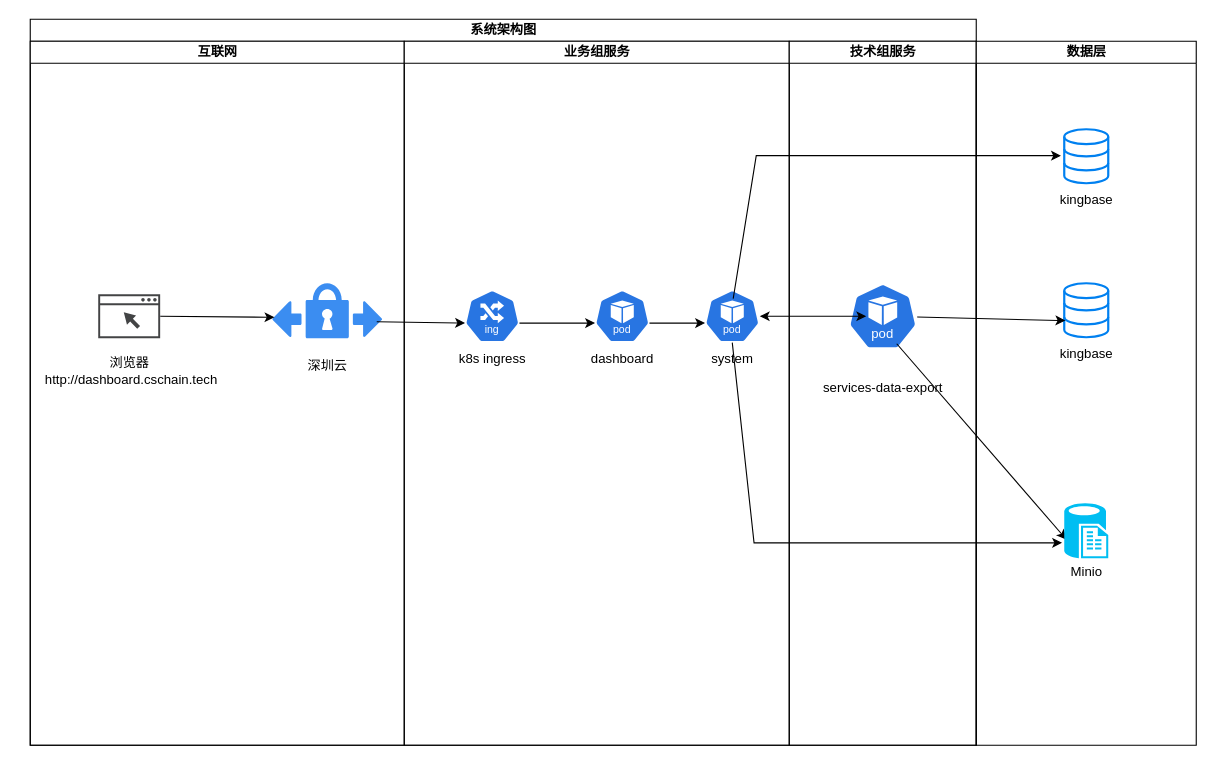
The draw.io diagram 监管服务.drawio in b897846872/blogbackui, before the edit. Source tidied: cells renumbered, new cells numbered last; positions are measured from the earlier drawing's top-left corner, leaving out a move shared by most shapes. Both pictures are drawn from the tidied source at 110%, with x=0, y=0 at pixel (30, 19).
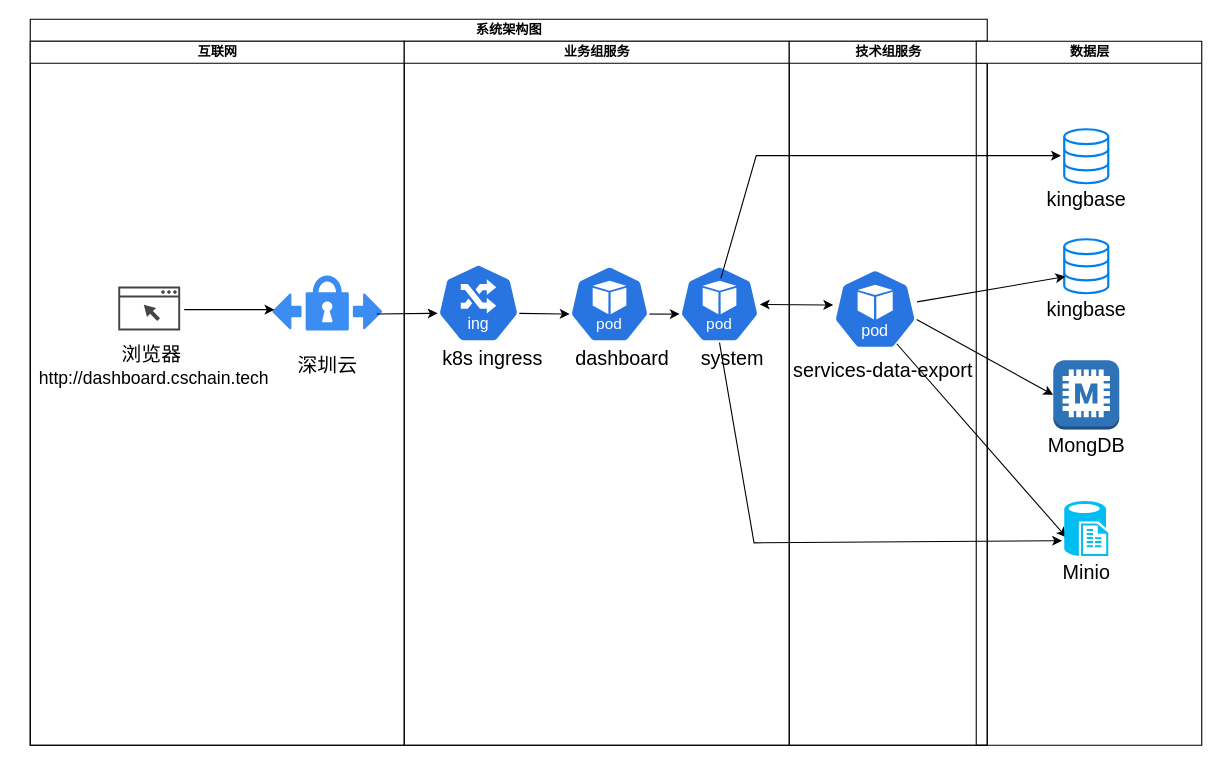
The same diagram, later.

Commit message:
更新监管服务.drawio

The change refers to these unchanged cells:
```xml
<mxCell id="3" value="互联网" style="swimlane;startSize=20;html=1;" parent="2" vertex="1">
  <mxGeometry y="20" width="340" height="640" as="geometry" />
</mxCell>
<mxCell id="9" value="业务组服务" style="swimlane;startSize=20;html=1;" parent="2" vertex="1">
  <mxGeometry x="340" y="20" width="350" height="640" as="geometry" />
</mxCell>
```

Diff of the diagram source:
```diff
@@
     <mxCell id="2" value="系统架构图" style="swimlane;startSize=20;html=1;" parent="1" vertex="1">
-      <mxGeometry width="860" height="660" as="geometry" />
+      <mxGeometry width="870" height="660" as="geometry" />
     </mxCell>
@@
     <mxCell id="4" style="sketch=0;shadow=0;dashed=0;html=1;strokeColor=none;fillColor=#434445;labelPosition=center;verticalLabelPosition=bottom;verticalAlign=top;align=center;shape=mxgraph.vvd.web_browser;" parent="3" vertex="1">
-      <mxGeometry x="61.8" y="230" width="56.3" height="40" as="geometry" />
+      <mxGeometry x="80" y="223" width="56.3" height="40" as="geometry" />
     </mxCell>
-    <mxCell id="5" value="浏览器&lt;div&gt;&amp;nbsp;http://dashboard.cschain.tech&lt;/div&gt;" style="text;html=1;align=center;verticalAlign=middle;strokeColor=none;fillColor=none;" parent="3" vertex="1">
-      <mxGeometry y="280" width="180" height="40" as="geometry" />
+    <mxCell id="5" value="&lt;font style=&quot;font-size: 18px;&quot;&gt;浏览器&lt;/font&gt;&lt;div&gt;&lt;font size=&quot;3&quot;&gt;&amp;nbsp;http://dashboard.cschain.tech&lt;/font&gt;&lt;/div&gt;" style="text;html=1;align=center;verticalAlign=middle;strokeColor=none;fillColor=none;" parent="3" vertex="1">
+      <mxGeometry x="-10" y="270" width="240" height="50" as="geometry" />
     </mxCell>
     <mxCell id="6" style="sketch=0;html=1;strokeColor=none;shadow=0;fillColor=#3B8DF1;verticalAlign=top;labelPosition=center;verticalLabelPosition=bottom;shape=mxgraph.gcp2.vpn;" parent="3" vertex="1">
-      <mxGeometry x="220" y="220" width="100" height="50" as="geometry" />
+      <mxGeometry x="220" y="213" width="100" height="50" as="geometry" />
     </mxCell>
-    <mxCell id="7" value="深圳云" style="text;html=1;align=center;verticalAlign=middle;strokeColor=none;fillColor=none;" parent="3" vertex="1">
-      <mxGeometry x="240" y="280" width="60" height="30" as="geometry" />
+    <mxCell id="7" value="&lt;font style=&quot;font-size: 18px;&quot;&gt;深圳云&lt;/font&gt;" style="text;html=1;align=center;verticalAlign=middle;strokeColor=none;fillColor=none;" parent="3" vertex="1">
+      <mxGeometry x="230" y="275" width="80" height="40" as="geometry" />
     </mxCell>
     <mxCell id="8" style="endArrow=classic;html=1;rounded=0;entryX=0.02;entryY=0.62;entryDx=0;entryDy=0;entryPerimeter=0;" parent="3" edge="1" target="6">
       <mxGeometry relative="1" as="geometry">
-        <mxPoint x="118.2" y="250" as="sourcePoint" />
+        <mxPoint x="140" y="244" as="sourcePoint" />
       </mxGeometry>
     </mxCell>
@@
     <mxCell id="10" style="sketch=0;html=1;dashed=0;whitespace=wrap;verticalLabelPosition=bottom;verticalAlign=top;fillColor=#2875E2;strokeColor=#ffffff;points=[[0.005,0.63,0],[0.1,0.2,0],[0.9,0.2,0],[0.5,0,0],[0.995,0.63,0],[0.72,0.99,0],[0.5,1,0],[0.28,0.99,0]];shape=mxgraph.kubernetes.icon2;kubernetesLabel=1;prIcon=ing;" parent="9" vertex="1">
-      <mxGeometry x="55" y="226" width="50" height="48" as="geometry" />
+      <mxGeometry x="30" y="202" width="75" height="72" as="geometry" />
     </mxCell>
-    <mxCell id="11" value="k8s ingress" style="text;html=1;align=center;verticalAlign=middle;strokeColor=none;fillColor=none;" parent="9" vertex="1">
-      <mxGeometry x="40" y="274" width="80" height="30" as="geometry" />
+    <mxCell id="11" value="&lt;font style=&quot;font-size: 18px;&quot;&gt;k8s ingress&lt;/font&gt;" style="text;html=1;align=center;verticalAlign=middle;strokeColor=none;fillColor=none;" parent="9" vertex="1">
+      <mxGeometry x="25" y="269" width="110" height="40" as="geometry" />
     </mxCell>
-    <mxCell id="12" value="dashboard" style="text;html=1;align=center;verticalAlign=middle;strokeColor=none;fillColor=none;" parent="9" vertex="1">
-      <mxGeometry x="158.2" y="274" width="80" height="30" as="geometry" />
+    <mxCell id="12" value="&lt;font style=&quot;font-size: 18px;&quot;&gt;dashboard&lt;/font&gt;" style="text;html=1;align=center;verticalAlign=middle;strokeColor=none;fillColor=none;" parent="9" vertex="1">
+      <mxGeometry x="143.2" y="269" width="110" height="40" as="geometry" />
     </mxCell>
     <mxCell id="13" style="sketch=0;html=1;dashed=0;whitespace=wrap;verticalLabelPosition=bottom;verticalAlign=top;fillColor=#2875E2;strokeColor=#ffffff;points=[[0.005,0.63,0],[0.1,0.2,0],[0.9,0.2,0],[0.5,0,0],[0.995,0.63,0],[0.72,0.99,0],[0.5,1,0],[0.28,0.99,0]];shape=mxgraph.kubernetes.icon2;kubernetesLabel=1;prIcon=pod;" parent="9" vertex="1">
-      <mxGeometry x="173.2" y="226" width="50" height="48" as="geometry" />
+      <mxGeometry x="150" y="203.8" width="73.2" height="70.2" as="geometry" />
     </mxCell>
     <mxCell id="14" style="sketch=0;html=1;dashed=0;whitespace=wrap;verticalLabelPosition=bottom;verticalAlign=top;fillColor=#2875E2;strokeColor=#ffffff;points=[[0.005,0.63,0],[0.1,0.2,0],[0.9,0.2,0],[0.5,0,0],[0.995,0.63,0],[0.72,0.99,0],[0.5,1,0],[0.28,0.99,0]];shape=mxgraph.kubernetes.icon2;kubernetesLabel=1;prIcon=pod;" parent="9" vertex="1">
-      <mxGeometry x="273.2" y="226" width="50" height="48" as="geometry" />
+      <mxGeometry x="250" y="203.8" width="73.2" height="70.2" as="geometry" />
     </mxCell>
-    <mxCell id="15" value="system" style="text;html=1;align=center;verticalAlign=middle;strokeColor=none;fillColor=none;" parent="9" vertex="1">
-      <mxGeometry x="268.2" y="274" width="60" height="30" as="geometry" />
+    <mxCell id="15" value="&lt;font style=&quot;font-size: 18px;&quot;&gt;system&lt;/font&gt;" style="text;html=1;align=center;verticalAlign=middle;strokeColor=none;fillColor=none;" parent="9" vertex="1">
+      <mxGeometry x="258.2" y="269" width="80" height="40" as="geometry" />
     </mxCell>
@@
     <mxCell id="18" value="技术组服务" style="swimlane;startSize=20;html=1;" parent="2" vertex="1">
-      <mxGeometry x="690" y="20" width="170" height="640" as="geometry" />
+      <mxGeometry x="690" y="20" width="180" height="640" as="geometry" />
     </mxCell>
     <mxCell id="19" style="sketch=0;html=1;dashed=0;whitespace=wrap;verticalLabelPosition=bottom;verticalAlign=top;fillColor=#2875E2;strokeColor=#ffffff;points=[[0.005,0.63,0],[0.1,0.2,0],[0.9,0.2,0],[0.5,0,0],[0.995,0.63,0],[0.72,0.99,0],[0.5,1,0],[0.28,0.99,0]];shape=mxgraph.kubernetes.icon2;kubernetesLabel=1;prIcon=pod;" parent="18" vertex="1">
-      <mxGeometry x="53.8" y="220" width="62.5" height="60" as="geometry" />
+      <mxGeometry x="40" y="206.8" width="76.2" height="73.2" as="geometry" />
     </mxCell>
-    <mxCell id="20" value="&lt;div style=&quot;text-align: start;&quot;&gt;&lt;span style=&quot;background-color: transparent; color: light-dark(rgb(0, 0, 0), rgb(255, 255, 255));&quot;&gt;services-data-export&lt;/span&gt;&lt;/div&gt;" style="text;html=1;align=center;verticalAlign=middle;strokeColor=none;fillColor=none;" parent="18" vertex="1">
-      <mxGeometry x="20" y="300" width="130" height="30" as="geometry" />
+    <mxCell id="20" value="&lt;div style=&quot;text-align: start;&quot;&gt;&lt;span style=&quot;background-color: transparent; color: light-dark(rgb(0, 0, 0), rgb(255, 255, 255));&quot;&gt;&lt;font style=&quot;font-size: 18px;&quot;&gt;services-data-export&lt;/font&gt;&lt;/span&gt;&lt;/div&gt;" style="text;html=1;align=center;verticalAlign=middle;strokeColor=none;fillColor=none;" parent="18" vertex="1">
+      <mxGeometry x="-10" y="280" width="190" height="40" as="geometry" />
     </mxCell>
@@
-    <mxCell id="23" style="endArrow=classic;startArrow=classic;html=1;rounded=0;" parent="2" edge="1" source="14">
-      <mxGeometry relative="1" as="geometry">
-        <mxPoint x="760" y="270" as="targetPoint" />
-      </mxGeometry>
+    <mxCell id="23" style="endArrow=classic;startArrow=classic;html=1;rounded=0;entryX=0;entryY=0.451;entryDx=0;entryDy=0;entryPerimeter=0;" parent="2" edge="1" source="14" target="19">
+      <mxGeometry relative="1" as="geometry" />
     </mxCell>
     <mxCell id="24" value="数据层" style="swimlane;startSize=20;html=1;" parent="1" vertex="1">
-      <mxGeometry x="860" y="20" width="200" height="640" as="geometry" />
+      <mxGeometry x="860" y="20" width="205" height="640" as="geometry" />
     </mxCell>
     <mxCell id="25" style="html=1;verticalLabelPosition=bottom;align=center;labelBackgroundColor=#ffffff;verticalAlign=top;strokeWidth=2;strokeColor=#0080F0;shadow=0;dashed=0;shape=mxgraph.ios7.icons.data;" parent="24" vertex="1">
-      <mxGeometry x="80" y="220" width="40" height="49.1" as="geometry" />
+      <mxGeometry x="80" y="180" width="40" height="49.1" as="geometry" />
     </mxCell>
-    <mxCell id="26" value="kingbase" style="text;html=1;align=center;verticalAlign=middle;strokeColor=none;fillColor=none;" parent="24" vertex="1">
-      <mxGeometry x="65" y="269.1" width="70" height="30" as="geometry" />
+    <mxCell id="26" value="&lt;font style=&quot;font-size: 18px;&quot;&gt;kingbase&lt;/font&gt;" style="text;html=1;align=center;verticalAlign=middle;strokeColor=none;fillColor=none;" parent="24" vertex="1">
+      <mxGeometry x="50" y="224.1" width="100" height="40" as="geometry" />
     </mxCell>
     <mxCell id="27" style="verticalLabelPosition=bottom;html=1;verticalAlign=top;align=center;strokeColor=none;fillColor=#00BEF2;shape=mxgraph.azure.sql_reporting;" parent="24" vertex="1">
-      <mxGeometry x="80" y="420" width="40" height="50" as="geometry" />
+      <mxGeometry x="80" y="418" width="40" height="50" as="geometry" />
     </mxCell>
-    <mxCell id="28" value="Minio" style="text;html=1;align=center;verticalAlign=middle;strokeColor=none;fillColor=none;" parent="24" vertex="1">
-      <mxGeometry x="75" y="468" width="50" height="30" as="geometry" />
+    <mxCell id="28" value="&lt;font style=&quot;font-size: 18px;&quot;&gt;Minio&lt;/font&gt;" style="text;html=1;align=center;verticalAlign=middle;strokeColor=none;fillColor=none;" parent="24" vertex="1">
+      <mxGeometry x="65" y="463" width="70" height="40" as="geometry" />
     </mxCell>
@@
-    <mxCell id="30" value="kingbase" style="text;html=1;align=center;verticalAlign=middle;strokeColor=none;fillColor=none;" parent="24" vertex="1">
-      <mxGeometry x="65" y="129.1" width="70" height="30" as="geometry" />
+    <mxCell id="30" value="&lt;font style=&quot;font-size: 18px;&quot;&gt;kingbase&lt;/font&gt;" style="text;html=1;align=center;verticalAlign=middle;strokeColor=none;fillColor=none;" parent="24" vertex="1">
+      <mxGeometry x="50" y="124.1" width="100" height="40" as="geometry" />
     </mxCell>
+    <mxCell id="34" style="outlineConnect=0;dashed=0;verticalLabelPosition=bottom;verticalAlign=top;align=center;html=1;shape=mxgraph.aws3.memcached;fillColor=#2E73B8;gradientColor=none;" parent="24" vertex="1">
+      <mxGeometry x="70" y="290" width="60" height="63" as="geometry" />
+    </mxCell>
+    <mxCell id="35" value="&lt;font style=&quot;font-size: 18px;&quot;&gt;MongDB&lt;/font&gt;" style="text;html=1;align=center;verticalAlign=middle;strokeColor=none;fillColor=none;" parent="24" vertex="1">
+      <mxGeometry x="55" y="348" width="90" height="40" as="geometry" />
+    </mxCell>
@@
+    <mxCell id="36" style="endArrow=classic;html=1;rounded=0;exitX=0.995;exitY=0.63;exitDx=0;exitDy=0;exitPerimeter=0;entryX=0;entryY=0.5;entryDx=0;entryDy=0;entryPerimeter=0;" parent="1" edge="1" source="19" target="34">
+      <mxGeometry relative="1" as="geometry" />
+    </mxCell>
```
